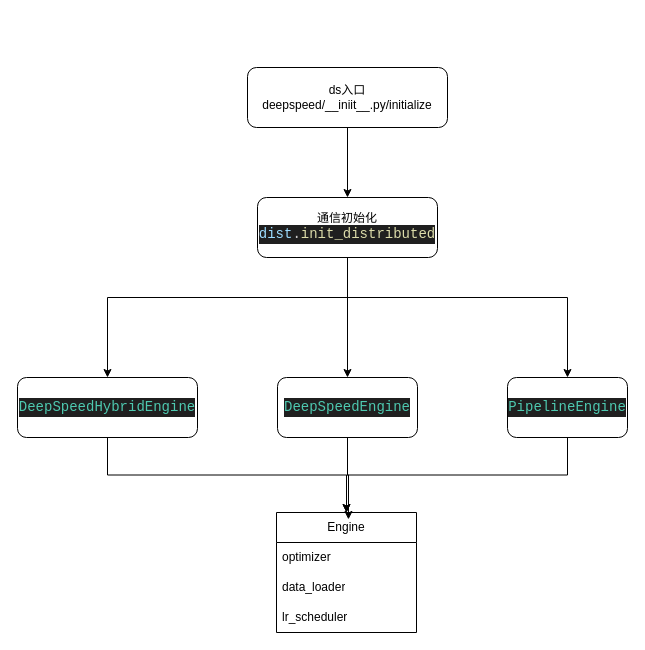
Above: page "概览" (2 of 4) of Arch/DeepSpeed/deepspeed分割.drawio in huangZchao/LLM-Notebook (draw.io), before the change. Source tidied: cells renumbered, new cells numbered last; positions are measured from the earlier drawing's top-left corner, leaving out a move shared by most shapes. Both pictures are drawn from the tidied source at 100%, with x=0, y=0 at pixel (17, 67).
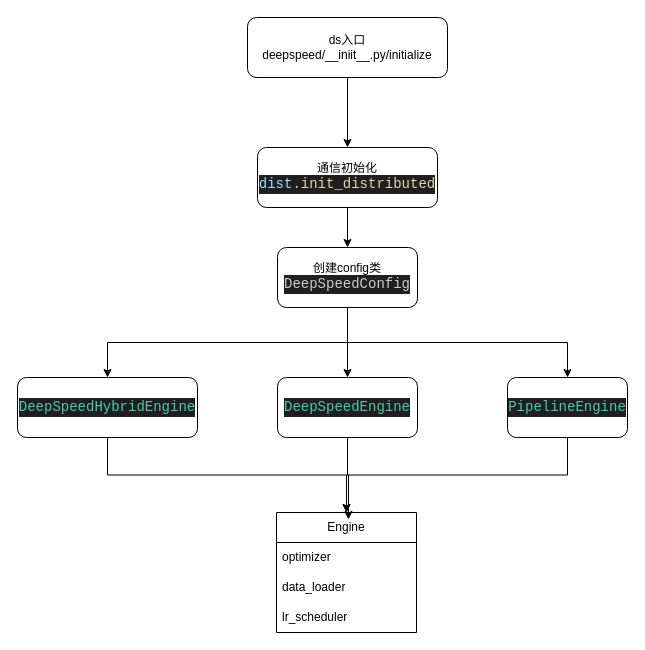
After the change.

Unchanged cells that the change refers to:
```xml
<mxCell id="9" value="&lt;div style=&quot;color: rgb(204, 204, 204); background-color: rgb(31, 31, 31); font-family: Consolas, &amp;quot;Courier New&amp;quot;, monospace; font-size: 14px; line-height: 19px; white-space: pre;&quot;&gt;&lt;span style=&quot;color: #4ec9b0;&quot;&gt;DeepSpeedHybridEngine&lt;/span&gt;&lt;/div&gt;" style="whiteSpace=wrap;html=1;rounded=1;" parent="1" vertex="1">
  <mxGeometry y="310" width="180" height="60" as="geometry" />
</mxCell>
<mxCell id="10" value="&lt;div style=&quot;color: rgb(204, 204, 204); background-color: rgb(31, 31, 31); font-family: Consolas, &amp;quot;Courier New&amp;quot;, monospace; font-size: 14px; line-height: 19px; white-space: pre;&quot;&gt;&lt;span style=&quot;color: #4ec9b0;&quot;&gt;DeepSpeedEngine&lt;/span&gt;&lt;/div&gt;" style="rounded=1;whiteSpace=wrap;html=1;" parent="1" vertex="1">
  <mxGeometry x="260" y="310" width="140" height="60" as="geometry" />
</mxCell>
<mxCell id="12" value="&lt;div style=&quot;color: rgb(204, 204, 204); background-color: rgb(31, 31, 31); font-family: Consolas, &amp;quot;Courier New&amp;quot;, monospace; font-size: 14px; line-height: 19px; white-space: pre;&quot;&gt;&lt;span style=&quot;color: #4ec9b0;&quot;&gt;PipelineEngine&lt;/span&gt;&lt;/div&gt;" style="rounded=1;whiteSpace=wrap;html=1;" parent="1" vertex="1">
  <mxGeometry x="490" y="310" width="120" height="60" as="geometry" />
</mxCell>
```

The edit, as a diff of the source:
```diff
@@
     <mxCell id="3" value="ds入口&lt;div&gt;deepspeed/__iniit__.py/initialize&lt;/div&gt;" style="rounded=1;whiteSpace=wrap;html=1;" parent="1" vertex="1">
-      <mxGeometry x="230" width="200" height="60" as="geometry" />
+      <mxGeometry x="230" y="-50" width="200" height="60" as="geometry" />
     </mxCell>
-    <mxCell id="4" style="edgeStyle=orthogonalEdgeStyle;rounded=0;jettySize=auto;html=1;exitX=0.5;exitY=1;exitDx=0;exitDy=0;entryX=0.5;entryY=0;entryDx=0;entryDy=0;" parent="1" edge="1" source="7" target="10">
-      <mxGeometry relative="1" as="geometry" />
-    </mxCell>
-    <mxCell id="5" style="edgeStyle=orthogonalEdgeStyle;rounded=0;jettySize=auto;html=1;exitX=0.5;exitY=1;exitDx=0;exitDy=0;entryX=0.5;entryY=0;entryDx=0;entryDy=0;" parent="1" edge="1" source="7" target="12">
-      <mxGeometry relative="1" as="geometry">
-        <Array as="points">
-          <mxPoint x="330" y="230" />
-          <mxPoint x="550" y="230" />
-        </Array>
-      </mxGeometry>
-    </mxCell>
-    <mxCell id="6" style="edgeStyle=orthogonalEdgeStyle;rounded=0;jettySize=auto;html=1;exitX=0.5;exitY=1;exitDx=0;exitDy=0;entryX=0.5;entryY=0;entryDx=0;entryDy=0;" parent="1" edge="1" source="7" target="9">
-      <mxGeometry relative="1" as="geometry">
-        <Array as="points">
-          <mxPoint x="330" y="230" />
-          <mxPoint x="90" y="230" />
-        </Array>
-      </mxGeometry>
-    </mxCell>
+    <mxCell id="18" style="edgeStyle=orthogonalEdgeStyle;rounded=0;jettySize=auto;html=1;exitX=0.5;exitY=1;exitDx=0;exitDy=0;entryX=0.5;entryY=0;entryDx=0;entryDy=0;" parent="1" edge="1" source="7" target="22">
+      <mxGeometry relative="1" as="geometry" />
+    </mxCell>
     <mxCell id="7" value="通信初始化&lt;div&gt;&lt;div style=&quot;color: rgb(204, 204, 204); background-color: rgb(31, 31, 31); font-family: Consolas, &amp;quot;Courier New&amp;quot;, monospace; font-size: 14px; line-height: 19px; white-space: pre;&quot;&gt;&lt;span style=&quot;color: #9cdcfe;&quot;&gt;dist&lt;/span&gt;.&lt;span style=&quot;color: #dcdcaa;&quot;&gt;init_distributed&lt;/span&gt;&lt;/div&gt;&lt;/div&gt;" style="whiteSpace=wrap;html=1;rounded=1;" parent="1" vertex="1">
-      <mxGeometry x="240" y="130" width="180" height="60" as="geometry" />
+      <mxGeometry x="240" y="80" width="180" height="60" as="geometry" />
     </mxCell>
@@
+    <mxCell id="19" style="edgeStyle=orthogonalEdgeStyle;rounded=0;jettySize=auto;html=1;exitX=0.5;exitY=1;exitDx=0;exitDy=0;entryX=0.5;entryY=0;entryDx=0;entryDy=0;" parent="1" edge="1" source="22" target="10">
+      <mxGeometry relative="1" as="geometry" />
+    </mxCell>
+    <mxCell id="20" style="edgeStyle=orthogonalEdgeStyle;rounded=0;jettySize=auto;html=1;exitX=0.5;exitY=1;exitDx=0;exitDy=0;entryX=0.5;entryY=0;entryDx=0;entryDy=0;" parent="1" edge="1" source="22" target="9">
+      <mxGeometry relative="1" as="geometry" />
+    </mxCell>
+    <mxCell id="21" style="edgeStyle=orthogonalEdgeStyle;rounded=0;jettySize=auto;html=1;exitX=0.5;exitY=1;exitDx=0;exitDy=0;entryX=0.5;entryY=0;entryDx=0;entryDy=0;" parent="1" edge="1" source="22" target="12">
+      <mxGeometry relative="1" as="geometry" />
+    </mxCell>
+    <mxCell id="22" value="创建config类&lt;div&gt;&lt;div style=&quot;color: rgb(204, 204, 204); background-color: rgb(31, 31, 31); font-family: Consolas, &amp;quot;Courier New&amp;quot;, monospace; font-size: 14px; line-height: 19px; white-space: pre;&quot;&gt;DeepSpeedConfig&lt;/div&gt;&lt;/div&gt;" style="rounded=1;whiteSpace=wrap;html=1;" parent="1" vertex="1">
+      <mxGeometry x="260" y="180" width="140" height="60" as="geometry" />
+    </mxCell>
```
